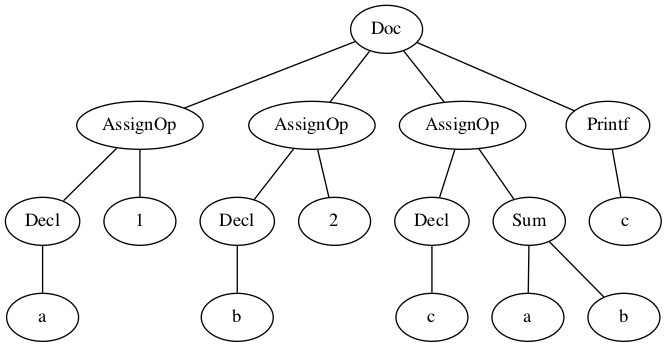
Earlier version of the Graphviz export test_IO/result.png (manomarichal/project-compilers). Its source is kept beside it as test_IO/result.dot.
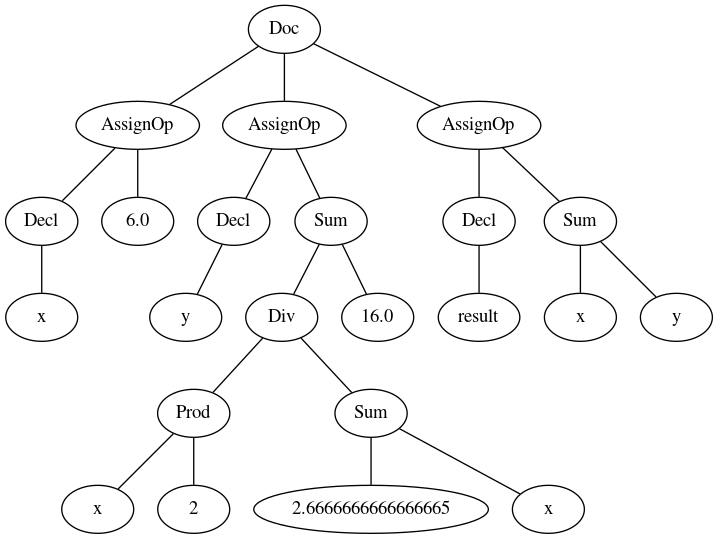
After the change.

The edit, as a diff of the source:
```diff
@@ -2,34 +2,46 @@
 1 [label=Doc];
 2 [label=AssignOp];
 3 [label=Decl];
-4 [label=a];
+4 [label=x];
 3 -- 4;
 2 -- 3;
-5 [label=1];
+5 [label=6.0];
 2 -- 5;
 1 -- 2;
 6 [label=AssignOp];
 7 [label=Decl];
-8 [label=b];
+8 [label=y];
 7 -- 8;
 6 -- 7;
-9 [label=2];
+9 [label=Sum];
+10 [label=Div];
+11 [label=Prod];
+12 [label=x];
+11 -- 12;
+13 [label=2];
+11 -- 13;
+10 -- 11;
+14 [label=Sum];
+15 [label=2.6666666666666665];
+14 -- 15;
+16 [label=x];
+14 -- 16;
+10 -- 14;
+9 -- 10;
+17 [label=16.0];
+9 -- 17;
 6 -- 9;
 1 -- 6;
-10 [label=AssignOp];
-11 [label=Decl];
-12 [label=c];
-11 -- 12;
-10 -- 11;
-13 [label=Sum];
-14 [label=a];
-13 -- 14;
-15 [label=b];
-13 -- 15;
-10 -- 13;
-1 -- 10;
-16 [label=Printf];
-17 [label=c];
-16 -- 17;
-1 -- 16;
+18 [label=AssignOp];
+19 [label=Decl];
+20 [label=result];
+19 -- 20;
+18 -- 19;
+21 [label=Sum];
+22 [label=x];
+21 -- 22;
+23 [label=y];
+21 -- 23;
+18 -- 21;
+1 -- 18;
 }
```
